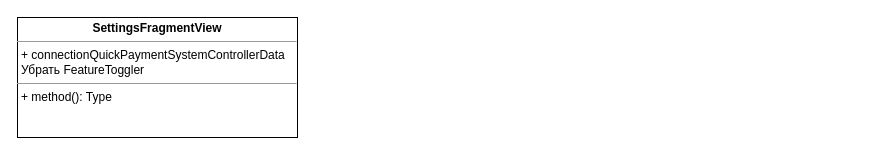
The draw.io diagram UNI-14504.drawio in ShiryaevNikolay/diagrams, before the edit. Source tidied: cells renumbered, new cells numbered last; positions are measured from the earlier drawing's top-left corner, leaving out a move shared by most shapes. Both pictures are drawn from the tidied source at 100%, with x=0, y=0 at pixel (17, 17).
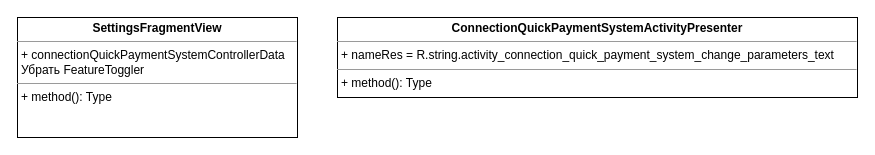
The same page after the edit.

Diff of the diagram source:
```diff
@@
 <mxGraphModel>
   <root>
     <mxCell id="0" />
     <mxCell id="1" parent="0" />
     <mxCell id="2" value="&lt;p style=&quot;margin: 0px ; margin-top: 4px ; text-align: center&quot;&gt;&lt;b&gt;SettingsFragmentView&lt;/b&gt;&lt;/p&gt;&lt;hr size=&quot;1&quot;&gt;&lt;p style=&quot;margin: 0px ; margin-left: 4px&quot;&gt;+ connectionQuickPaymentSystemControllerData&lt;/p&gt;&lt;p style=&quot;margin: 0px ; margin-left: 4px&quot;&gt;Убрать FeatureToggler&lt;br&gt;&lt;/p&gt;&lt;hr size=&quot;1&quot;&gt;&lt;p style=&quot;margin: 0px ; margin-left: 4px&quot;&gt;+ method(): Type&lt;/p&gt;" style="verticalAlign=top;align=left;overflow=fill;fontSize=12;fontFamily=Helvetica;html=1;" parent="1" vertex="1">
       <mxGeometry width="280" height="120" as="geometry" />
     </mxCell>
+    <mxCell id="3" value="&lt;p style=&quot;margin: 0px ; margin-top: 4px ; text-align: center&quot;&gt;&lt;b&gt;ConnectionQuickPaymentSystemActivityPresenter&lt;/b&gt;&lt;/p&gt;&lt;hr size=&quot;1&quot;&gt;&lt;p style=&quot;margin: 0px ; margin-left: 4px&quot;&gt;+ nameRes = R.string.activity_connection_quick_payment_system_change_parameters_text&lt;br&gt;&lt;/p&gt;&lt;hr size=&quot;1&quot;&gt;&lt;p style=&quot;margin: 0px ; margin-left: 4px&quot;&gt;+ method(): Type&lt;/p&gt;" style="verticalAlign=top;align=left;overflow=fill;fontSize=12;fontFamily=Helvetica;html=1;" parent="1" vertex="1">
+      <mxGeometry x="320" width="520" height="80" as="geometry" />
+    </mxCell>
   </root>
 </mxGraphModel>
```
